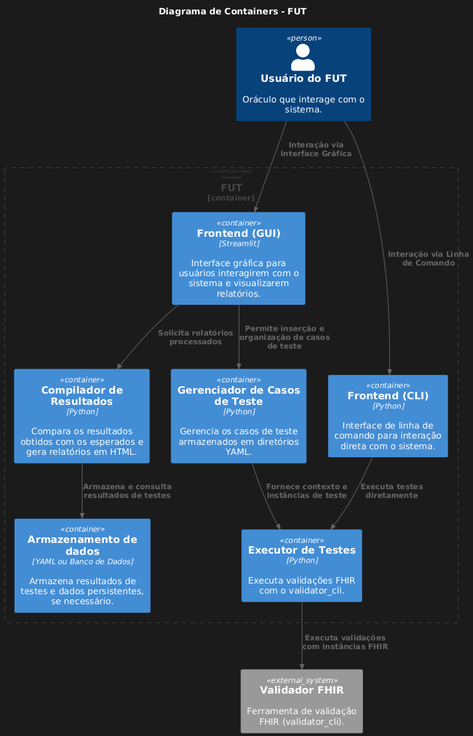
Before: Documentacao/Diagramas/DiagramaContainer.png, a diagram exported from PlantUML (LeonardoCFilho/fut). Its source is kept beside it as Documentacao/Diagramas/DiagramaContainer.puml.
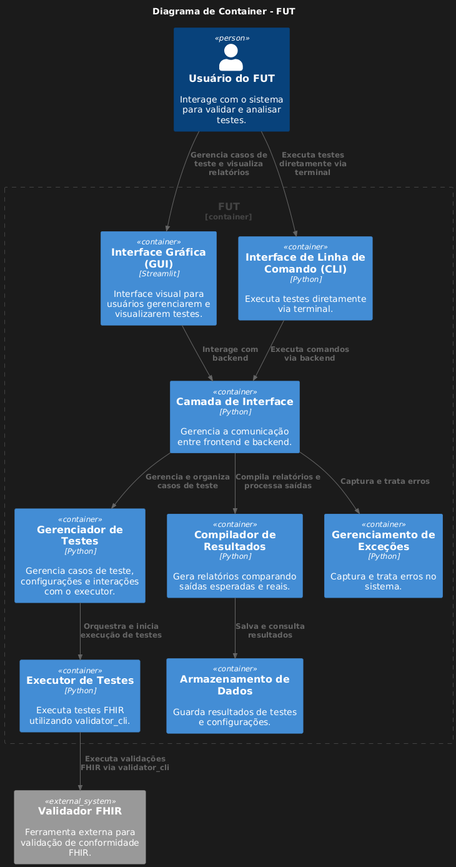
The same diagram one commit later.

Commit message:
Atualizando diagramas e melhorando interface.py

The edit, as a diff of the source:
```diff
@@ -2,27 +2,32 @@
 !define C4Containers
 !include https://raw.githubusercontent.com/plantuml-stdlib/C4-PlantUML/master/C4_Container.puml
 
-title Diagrama de Containers - FUT
+title Diagrama de Container - FUT
 
-Person(user, "Usuário do FUT", "Oráculo que interage com o sistema.")
+Person(user, "Usuário do FUT", "Interage com o sistema para validar e analisar testes.")
 
 Container_Boundary(FUT, "FUT") {
-    Container(gui, "Frontend (GUI)", "Streamlit", "Interface gráfica para usuários interagirem com o sistema e visualizarem relatórios.")
-    Container(cli, "Frontend (CLI)", "Python", "Interface de linha de comando para interação direta com o sistema.")
-    Container(test_manager, "Gerenciador de Casos de Teste", "Python", "Gerencia os casos de teste armazenados em diretórios YAML.")
-    Container(test_executor, "Executor de Testes", "Python", "Executa validações FHIR com o validator_cli.")
-    Container(result_compiler, "Compilador de Resultados", "Python", "Compara os resultados obtidos com os esperados e gera relatórios em HTML.")
-    Container(data_storage, "Armazenamento de dados", "YAML ou Banco de Dados", "Armazena resultados de testes e dados persistentes, se necessário.")
+    Container(gui, "Interface Gráfica (GUI)", "Streamlit", "Interface visual para usuários gerenciarem e visualizarem testes.")
+    Container(cli, "Interface de Linha de Comando (CLI)", "Python", "Executa testes diretamente via terminal.")
+    Container(interface_layer, "Camada de Interface", "Python", "Gerencia a comunicação entre frontend e backend.")
+
+    Container(test_manager, "Gerenciador de Testes", "Python", "Gerencia casos de teste, configurações e interações com o executor.")
+    Container(test_executor, "Executor de Testes", "Python", "Executa testes FHIR utilizando validator_cli.")
+    Container(result_compiler, "Compilador de Resultados", "Python", "Gera relatórios comparando saídas esperadas e reais.")
+    Container(exception_handler, "Gerenciamento de Exceções", "Python", "Captura e trata erros no sistema.")
+    Container(data_storage, "Armazenamento de Dados", "", "Guarda resultados de testes e configurações.")
 }
 
-System_Ext(fhir_validator, "Validador FHIR", "Ferramenta de validação FHIR (validator_cli).")
+System_Ext(fhir_validator, "Validador FHIR", "Ferramenta externa para validação de conformidade FHIR.")
 
-Rel(user, gui, "Interação via Interface Gráfica")
-Rel(user, cli, "Interação via Linha de Comando")
-Rel(gui, result_compiler, "Solicita relatórios processados")
-Rel(gui, test_manager, "Permite inserção e organização de casos de teste")
-Rel(cli, test_executor, "Executa testes diretamente")
-Rel(test_manager, test_executor, "Fornece contexto e instâncias de teste")
-Rel(test_executor, fhir_validator, "Executa validações com instâncias FHIR")
-Rel(result_compiler, data_storage, "Armazena e consulta resultados de testes")
+Rel(user, gui, "Gerencia casos de teste e visualiza relatórios")
+Rel(user, cli, "Executa testes diretamente via terminal")
+Rel(gui, interface_layer, "Interage com backend")
+Rel(cli, interface_layer, "Executa comandos via backend")
+Rel(interface_layer, test_manager, "Gerencia e organiza casos de teste")
+Rel(interface_layer, result_compiler, "Compila relatórios e processa saídas")
+Rel(interface_layer, exception_handler, "Captura e trata erros")
+Rel(test_executor, fhir_validator, "Executa validações FHIR via validator_cli")
+Rel(result_compiler, data_storage, "Salva e consulta resultados")
+Rel(test_manager, test_executor, "Orquestra e inicia execução de testes")
 @enduml
```
